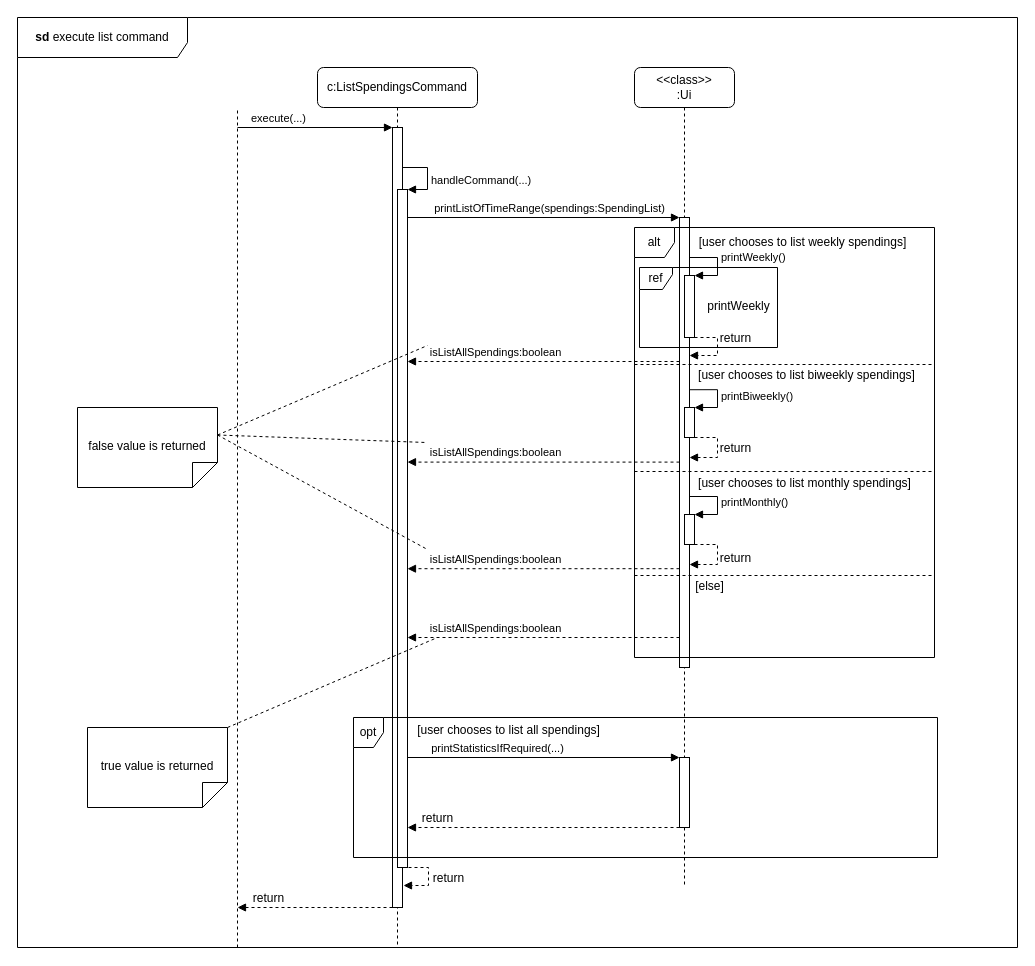
Above: docs/Diagrams/Commands/executeListSpendingsCommand.drawio in wongwh2002/CS2113TeamProject (draw.io), before the change. Source tidied: cells renumbered, new cells numbered last; positions are measured from the earlier drawing's top-left corner, leaving out a move shared by most shapes. Both pictures are drawn from the tidied source at 100%, with x=0, y=0 at pixel (17, 17).
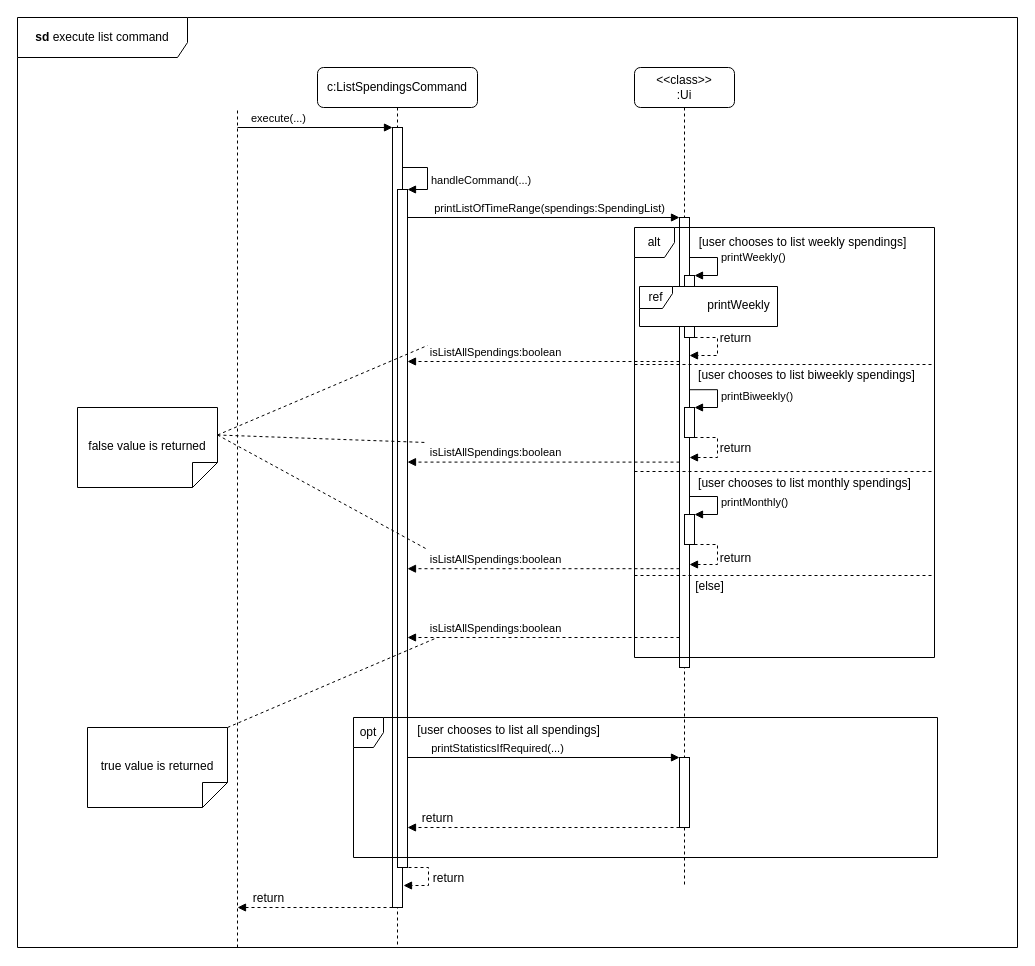
The same page after the edit.

Change to the diagram source:
```diff
@@
-    <mxCell id="21" value="ref" style="shape=umlFrame;whiteSpace=wrap;html=1;width=33;height=22;" parent="1" vertex="1">
-      <mxGeometry x="622" y="250" width="138" height="80" as="geometry" />
+    <mxCell id="21" value="ref" style="shape=umlFrame;whiteSpace=wrap;html=1;width=33;height=22;swimlaneFillColor=default;" parent="1" vertex="1">
+      <mxGeometry x="622" y="269" width="138" height="40" as="geometry" />
     </mxCell>
     <mxCell id="22" value="printWeekly" style="text;html=1;align=center;verticalAlign=middle;strokeColor=none;fillColor=none;" parent="1" vertex="1">
-      <mxGeometry x="676" y="274" width="90" height="30" as="geometry" />
+      <mxGeometry x="676" y="273" width="90" height="30" as="geometry" />
     </mxCell>
```
